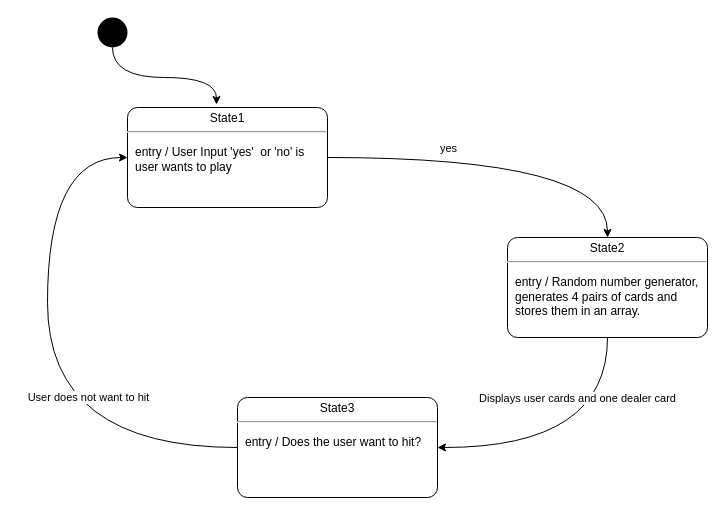
Earlier version of the draw.io diagram day_011_Capstone/blackjack.drawio (chrisrod115/ChristopherRodriguez). Source tidied: cells renumbered, new cells numbered last; positions are measured from the earlier drawing's top-left corner, leaving out a move shared by most shapes. Both pictures are drawn from the tidied source at 100%, with x=0, y=0 at pixel (47, 17).
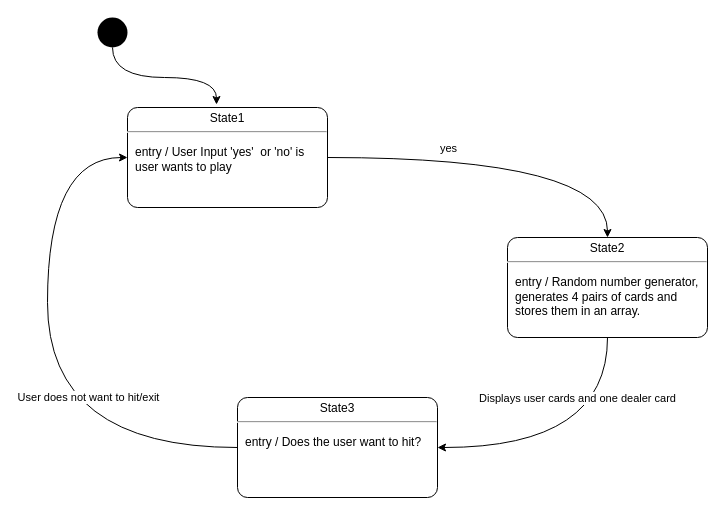
Above is the later version.

Commit message (it also covers changes not shown here):
day_11_capstone_v2

Today I was able to finish most of the capstone project with a very blunt method. This was probably one of the most interesting projects that I have worked on since it was difficult to utilize the things that I am learning. I used the following standard methods including; dictionaries, lists, arrays, functions, flow control and logic diagrams to complete the project. It was probably the most I ever learned in a single sitting.

What changed in the source:
```diff
@@
 <mxGraphModel>
   <root>
     <mxCell id="0" />
     <mxCell id="1" parent="0" />
     <mxCell id="2" style="edgeStyle=orthogonalEdgeStyle;html=1;entryX=0.445;entryY=-0.03;entryDx=0;entryDy=0;entryPerimeter=0;curved=1;" parent="1" edge="1" source="3" target="6">
       <mxGeometry relative="1" as="geometry" />
     </mxCell>
     <mxCell id="3" style="ellipse;fillColor=#000000;strokeColor=none;" parent="1" vertex="1">
       <mxGeometry x="50" width="30" height="30" as="geometry" />
     </mxCell>
     <mxCell id="4" style="edgeStyle=orthogonalEdgeStyle;curved=1;html=1;" parent="1" edge="1" source="6" target="9">
       <mxGeometry relative="1" as="geometry" />
     </mxCell>
     <mxCell id="5" value="yes&lt;br&gt;" style="edgeLabel;html=1;align=center;verticalAlign=middle;" parent="4" vertex="1">
       <mxGeometry x="-0.38" y="-3" relative="1" as="geometry">
         <mxPoint x="8" y="-13" as="offset" />
       </mxGeometry>
     </mxCell>
     <mxCell id="6" value="&lt;p style=&quot;margin: 0px ; margin-top: 4px ; text-align: center&quot;&gt;State1&lt;/p&gt;&lt;hr&gt;&lt;p&gt;&lt;/p&gt;&lt;p style=&quot;margin: 0px ; margin-left: 8px ; text-align: left&quot;&gt;entry / User Input 'yes'&amp;nbsp; or 'no' is user wants to play&lt;br&gt;&lt;br&gt;&lt;/p&gt;" style="shape=mxgraph.sysml.simpleState;html=1;overflow=fill;whiteSpace=wrap;align=center;" parent="1" vertex="1">
       <mxGeometry x="80" y="90" width="200" height="100" as="geometry" />
     </mxCell>
     <mxCell id="7" style="edgeStyle=orthogonalEdgeStyle;curved=1;html=1;" parent="1" edge="1" source="9" target="12">
       <mxGeometry relative="1" as="geometry">
         <Array as="points">
           <mxPoint x="560" y="430" />
         </Array>
       </mxGeometry>
     </mxCell>
     <mxCell id="8" value="Displays user cards and one dealer card&lt;br&gt;" style="edgeLabel;html=1;align=center;verticalAlign=middle;" parent="7" vertex="1">
       <mxGeometry x="0.01" y="-31" relative="1" as="geometry">
         <mxPoint y="-19" as="offset" />
       </mxGeometry>
     </mxCell>
     <mxCell id="9" value="&lt;p style=&quot;margin: 0px ; margin-top: 4px ; text-align: center&quot;&gt;State2&lt;/p&gt;&lt;hr&gt;&lt;p&gt;&lt;/p&gt;&lt;p style=&quot;margin: 0px ; margin-left: 8px ; text-align: left&quot;&gt;entry / Random number generator, generates 4 pairs of cards and stores them in an array.&lt;br&gt;&lt;br&gt;&lt;/p&gt;" style="shape=mxgraph.sysml.simpleState;html=1;overflow=fill;whiteSpace=wrap;align=center;" parent="1" vertex="1">
       <mxGeometry x="460" y="220" width="200" height="100" as="geometry" />
     </mxCell>
     <mxCell id="10" style="edgeStyle=orthogonalEdgeStyle;curved=1;html=1;entryX=0;entryY=0.5;entryDx=0;entryDy=0;entryPerimeter=0;" parent="1" edge="1" source="12" target="6">
       <mxGeometry relative="1" as="geometry">
         <Array as="points">
           <mxPoint y="140" />
         </Array>
       </mxGeometry>
     </mxCell>
-    <mxCell id="11" value="User does not want to hit" style="edgeLabel;html=1;align=center;verticalAlign=middle;" parent="10" vertex="1">
+    <mxCell id="11" value="User does not want to hit/exit" style="edgeLabel;html=1;align=center;verticalAlign=middle;" parent="10" vertex="1">
       <mxGeometry x="0.06" y="-2" relative="1" as="geometry">
         <mxPoint x="38" y="56" as="offset" />
       </mxGeometry>
     </mxCell>
     <mxCell id="12" value="&lt;p style=&quot;margin: 0px ; margin-top: 4px ; text-align: center&quot;&gt;State3&lt;/p&gt;&lt;hr&gt;&lt;p&gt;&lt;/p&gt;&lt;p style=&quot;margin: 0px ; margin-left: 8px ; text-align: left&quot;&gt;entry / Does the user want to hit?&lt;br&gt;&lt;br&gt;&lt;/p&gt;" style="shape=mxgraph.sysml.simpleState;html=1;overflow=fill;whiteSpace=wrap;align=center;" parent="1" vertex="1">
       <mxGeometry x="190" y="380" width="200" height="100" as="geometry" />
     </mxCell>
   </root>
 </mxGraphModel>
```
